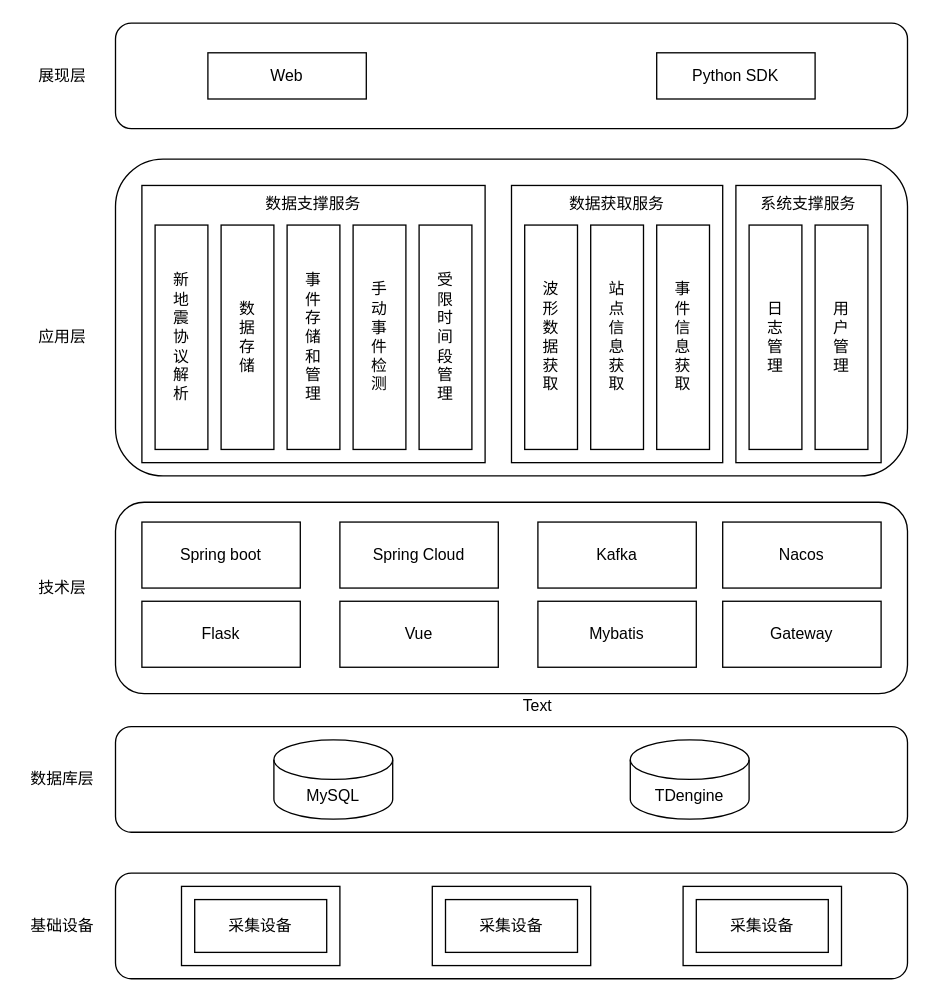
Earlier version of the draw.io diagram 系统架构图.drawio (Diend-7/-). Source tidied: cells renumbered, new cells numbered last; positions are measured from the earlier drawing's top-left corner, leaving out a move shared by most shapes. Both pictures are drawn from the tidied source at 132%, with x=0, y=0 at pixel (22, 22).
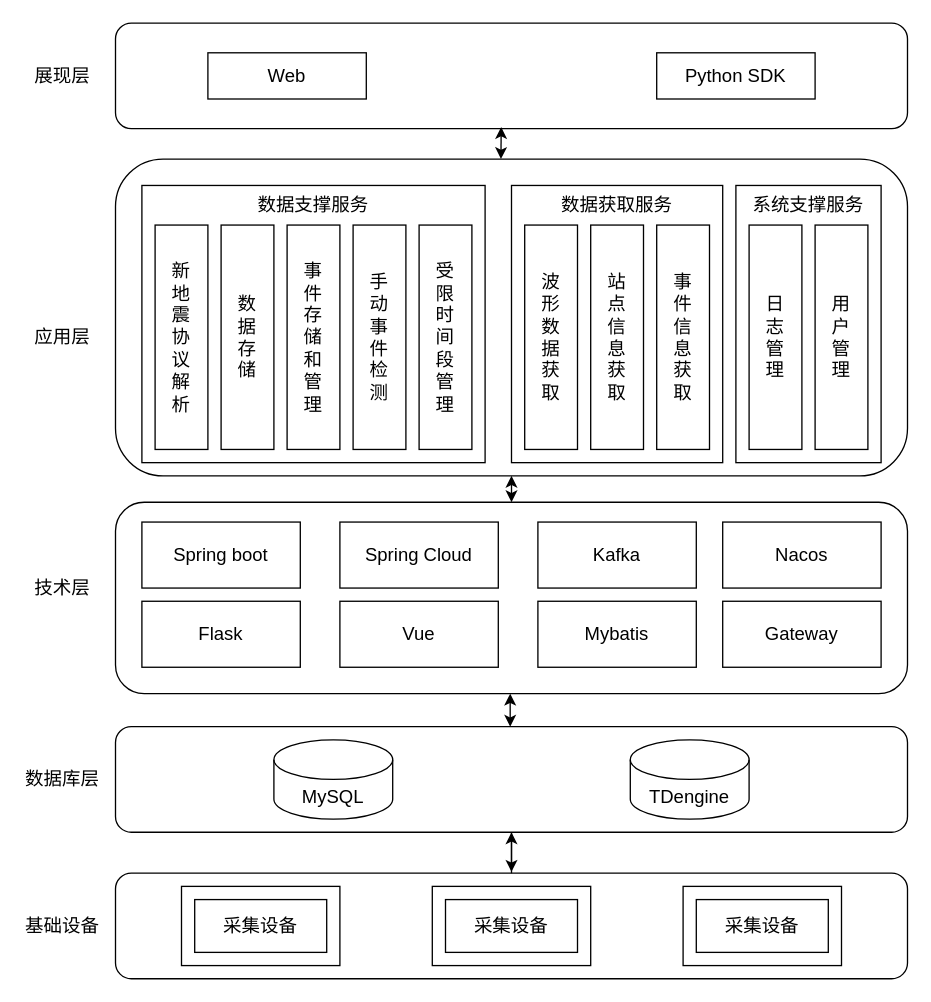
The same page after the edit.

Commit message:
更新系统架构图.drawio

Diff of the diagram source:
```diff
@@
-    <mxCell id="2" style="rounded=1;whiteSpace=wrap;html=1;" parent="1" vertex="1">
+    <mxCell id="2" style="rounded=1;whiteSpace=wrap;html=1;fontSize=14;" parent="1" vertex="1">
       <mxGeometry x="70" width="600" height="80" as="geometry" />
     </mxCell>
-    <mxCell id="3" value="Web" style="rounded=0;whiteSpace=wrap;html=1;" parent="1" vertex="1">
+    <mxCell id="3" value="Web" style="rounded=0;whiteSpace=wrap;html=1;fontSize=14;" parent="1" vertex="1">
       <mxGeometry x="140" y="22.5" width="120" height="35" as="geometry" />
     </mxCell>
-    <mxCell id="4" value="Python SDK" style="rounded=0;whiteSpace=wrap;html=1;" parent="1" vertex="1">
+    <mxCell id="4" value="Python SDK" style="rounded=0;whiteSpace=wrap;html=1;fontSize=14;" parent="1" vertex="1">
       <mxGeometry x="480" y="22.5" width="120" height="35" as="geometry" />
     </mxCell>
-    <mxCell id="5" style="rounded=1;whiteSpace=wrap;html=1;" parent="1" vertex="1">
+    <mxCell id="5" style="rounded=1;whiteSpace=wrap;html=1;fontSize=14;" parent="1" vertex="1">
       <mxGeometry x="70" y="103" width="600" height="240" as="geometry" />
     </mxCell>
-    <mxCell id="6" value="数据支撑服务" style="rounded=0;whiteSpace=wrap;html=1;verticalAlign=top;" parent="1" vertex="1">
+    <mxCell id="6" value="数据支撑服务" style="rounded=0;whiteSpace=wrap;html=1;verticalAlign=top;fontSize=14;" parent="1" vertex="1">
       <mxGeometry x="90" y="123" width="260" height="210" as="geometry" />
     </mxCell>
-    <mxCell id="7" value="新&lt;br&gt;地&lt;br&gt;震&lt;br&gt;协&lt;br&gt;议&lt;br&gt;解&lt;br&gt;析" style="rounded=0;whiteSpace=wrap;html=1;" parent="1" vertex="1">
+    <mxCell id="7" value="新&lt;br style=&quot;font-size: 14px;&quot;&gt;地&lt;br style=&quot;font-size: 14px;&quot;&gt;震&lt;br style=&quot;font-size: 14px;&quot;&gt;协&lt;br style=&quot;font-size: 14px;&quot;&gt;议&lt;br style=&quot;font-size: 14px;&quot;&gt;解&lt;br style=&quot;font-size: 14px;&quot;&gt;析" style="rounded=0;whiteSpace=wrap;html=1;fontSize=14;" parent="1" vertex="1">
       <mxGeometry x="100" y="153" width="40" height="170" as="geometry" />
     </mxCell>
-    <mxCell id="8" value="数&lt;br&gt;据&lt;br&gt;存&lt;br&gt;储" style="rounded=0;whiteSpace=wrap;html=1;" parent="1" vertex="1">
+    <mxCell id="8" value="数&lt;br style=&quot;font-size: 14px;&quot;&gt;据&lt;br style=&quot;font-size: 14px;&quot;&gt;存&lt;br style=&quot;font-size: 14px;&quot;&gt;储" style="rounded=0;whiteSpace=wrap;html=1;fontSize=14;" parent="1" vertex="1">
       <mxGeometry x="150" y="153" width="40" height="170" as="geometry" />
     </mxCell>
-    <mxCell id="9" value="事&lt;br&gt;件&lt;br&gt;存&lt;br&gt;储&lt;br&gt;和&lt;br&gt;管&lt;br&gt;理" style="rounded=0;whiteSpace=wrap;html=1;" parent="1" vertex="1">
+    <mxCell id="9" value="事&lt;br style=&quot;font-size: 14px;&quot;&gt;件&lt;br style=&quot;font-size: 14px;&quot;&gt;存&lt;br style=&quot;font-size: 14px;&quot;&gt;储&lt;br style=&quot;font-size: 14px;&quot;&gt;和&lt;br style=&quot;font-size: 14px;&quot;&gt;管&lt;br style=&quot;font-size: 14px;&quot;&gt;理" style="rounded=0;whiteSpace=wrap;html=1;fontSize=14;" parent="1" vertex="1">
       <mxGeometry x="200" y="153" width="40" height="170" as="geometry" />
     </mxCell>
-    <mxCell id="10" value="手&lt;br&gt;动&lt;br&gt;事&lt;br&gt;件&lt;br&gt;检&lt;br&gt;测" style="rounded=0;whiteSpace=wrap;html=1;" parent="1" vertex="1">
+    <mxCell id="10" value="手&lt;br style=&quot;font-size: 14px;&quot;&gt;动&lt;br style=&quot;font-size: 14px;&quot;&gt;事&lt;br style=&quot;font-size: 14px;&quot;&gt;件&lt;br style=&quot;font-size: 14px;&quot;&gt;检&lt;br style=&quot;font-size: 14px;&quot;&gt;测" style="rounded=0;whiteSpace=wrap;html=1;fontSize=14;" parent="1" vertex="1">
       <mxGeometry x="250" y="153" width="40" height="170" as="geometry" />
     </mxCell>
-    <mxCell id="11" value="受&lt;br&gt;限&lt;br&gt;时&lt;br&gt;间&lt;br&gt;段&lt;br&gt;管&lt;br&gt;理" style="rounded=0;whiteSpace=wrap;html=1;" parent="1" vertex="1">
+    <mxCell id="11" value="受&lt;br style=&quot;font-size: 14px;&quot;&gt;限&lt;br style=&quot;font-size: 14px;&quot;&gt;时&lt;br style=&quot;font-size: 14px;&quot;&gt;间&lt;br style=&quot;font-size: 14px;&quot;&gt;段&lt;br style=&quot;font-size: 14px;&quot;&gt;管&lt;br style=&quot;font-size: 14px;&quot;&gt;理" style="rounded=0;whiteSpace=wrap;html=1;fontSize=14;" parent="1" vertex="1">
       <mxGeometry x="300" y="153" width="40" height="170" as="geometry" />
     </mxCell>
-    <mxCell id="12" value="数据获取服务" style="rounded=0;whiteSpace=wrap;html=1;verticalAlign=top;" parent="1" vertex="1">
+    <mxCell id="12" value="数据获取服务" style="rounded=0;whiteSpace=wrap;html=1;verticalAlign=top;fontSize=14;" parent="1" vertex="1">
       <mxGeometry x="370" y="123" width="160" height="210" as="geometry" />
     </mxCell>
-    <mxCell id="13" value="波&lt;br&gt;形&lt;br&gt;数&lt;br&gt;据&lt;br&gt;获&lt;br&gt;取" style="rounded=0;whiteSpace=wrap;html=1;" parent="1" vertex="1">
+    <mxCell id="13" value="波&lt;br style=&quot;font-size: 14px;&quot;&gt;形&lt;br style=&quot;font-size: 14px;&quot;&gt;数&lt;br style=&quot;font-size: 14px;&quot;&gt;据&lt;br style=&quot;font-size: 14px;&quot;&gt;获&lt;br style=&quot;font-size: 14px;&quot;&gt;取" style="rounded=0;whiteSpace=wrap;html=1;fontSize=14;" parent="1" vertex="1">
       <mxGeometry x="380" y="153" width="40" height="170" as="geometry" />
     </mxCell>
-    <mxCell id="14" value="站&lt;br&gt;点&lt;br&gt;信&lt;br&gt;息&lt;br&gt;获&lt;br&gt;取" style="rounded=0;whiteSpace=wrap;html=1;" parent="1" vertex="1">
+    <mxCell id="14" value="站&lt;br style=&quot;font-size: 14px;&quot;&gt;点&lt;br style=&quot;font-size: 14px;&quot;&gt;信&lt;br style=&quot;font-size: 14px;&quot;&gt;息&lt;br style=&quot;font-size: 14px;&quot;&gt;获&lt;br style=&quot;font-size: 14px;&quot;&gt;取" style="rounded=0;whiteSpace=wrap;html=1;fontSize=14;" parent="1" vertex="1">
       <mxGeometry x="430" y="153" width="40" height="170" as="geometry" />
     </mxCell>
-    <mxCell id="15" value="事&lt;br&gt;件&lt;br&gt;信&lt;br&gt;息&lt;br&gt;获&lt;br&gt;取" style="rounded=0;whiteSpace=wrap;html=1;" parent="1" vertex="1">
+    <mxCell id="15" value="事&lt;br style=&quot;font-size: 14px;&quot;&gt;件&lt;br style=&quot;font-size: 14px;&quot;&gt;信&lt;br style=&quot;font-size: 14px;&quot;&gt;息&lt;br style=&quot;font-size: 14px;&quot;&gt;获&lt;br style=&quot;font-size: 14px;&quot;&gt;取" style="rounded=0;whiteSpace=wrap;html=1;fontSize=14;" parent="1" vertex="1">
       <mxGeometry x="480" y="153" width="40" height="170" as="geometry" />
     </mxCell>
-    <mxCell id="16" value="系统支撑服务" style="rounded=0;whiteSpace=wrap;html=1;verticalAlign=top;" parent="1" vertex="1">
+    <mxCell id="16" value="系统支撑服务" style="rounded=0;whiteSpace=wrap;html=1;verticalAlign=top;fontSize=14;" parent="1" vertex="1">
       <mxGeometry x="540" y="123" width="110" height="210" as="geometry" />
     </mxCell>
-    <mxCell id="17" value="日&lt;br&gt;志&lt;br&gt;管&lt;br&gt;理" style="rounded=0;whiteSpace=wrap;html=1;" parent="1" vertex="1">
+    <mxCell id="17" value="日&lt;br style=&quot;font-size: 14px;&quot;&gt;志&lt;br style=&quot;font-size: 14px;&quot;&gt;管&lt;br style=&quot;font-size: 14px;&quot;&gt;理" style="rounded=0;whiteSpace=wrap;html=1;fontSize=14;" parent="1" vertex="1">
       <mxGeometry x="550" y="153" width="40" height="170" as="geometry" />
     </mxCell>
-    <mxCell id="18" value="用&lt;br&gt;户&lt;br&gt;管&lt;br&gt;理" style="rounded=0;whiteSpace=wrap;html=1;" parent="1" vertex="1">
+    <mxCell id="18" value="用&lt;br style=&quot;font-size: 14px;&quot;&gt;户&lt;br style=&quot;font-size: 14px;&quot;&gt;管&lt;br style=&quot;font-size: 14px;&quot;&gt;理" style="rounded=0;whiteSpace=wrap;html=1;fontSize=14;" parent="1" vertex="1">
       <mxGeometry x="600" y="153" width="40" height="170" as="geometry" />
     </mxCell>
-    <mxCell id="19" style="rounded=1;whiteSpace=wrap;html=1;" parent="1" vertex="1">
+    <mxCell id="19" style="rounded=1;whiteSpace=wrap;html=1;fontSize=14;" parent="1" vertex="1">
       <mxGeometry x="70" y="363" width="600" height="145" as="geometry" />
     </mxCell>
-    <mxCell id="20" value="Spring boot" style="rounded=0;whiteSpace=wrap;html=1;" parent="1" vertex="1">
+    <mxCell id="20" value="Spring boot" style="rounded=0;whiteSpace=wrap;html=1;fontSize=14;" parent="1" vertex="1">
       <mxGeometry x="90" y="378" width="120" height="50" as="geometry" />
     </mxCell>
-    <mxCell id="21" value="Spring Cloud" style="rounded=0;whiteSpace=wrap;html=1;" parent="1" vertex="1">
+    <mxCell id="21" value="Spring Cloud" style="rounded=0;whiteSpace=wrap;html=1;fontSize=14;" parent="1" vertex="1">
       <mxGeometry x="240" y="378" width="120" height="50" as="geometry" />
     </mxCell>
-    <mxCell id="22" value="Kafka" style="rounded=0;whiteSpace=wrap;html=1;" parent="1" vertex="1">
+    <mxCell id="22" value="Kafka" style="rounded=0;whiteSpace=wrap;html=1;fontSize=14;" parent="1" vertex="1">
       <mxGeometry x="390" y="378" width="120" height="50" as="geometry" />
     </mxCell>
-    <mxCell id="23" value="Nacos" style="rounded=0;whiteSpace=wrap;html=1;" parent="1" vertex="1">
+    <mxCell id="23" value="Nacos" style="rounded=0;whiteSpace=wrap;html=1;fontSize=14;" parent="1" vertex="1">
       <mxGeometry x="530" y="378" width="120" height="50" as="geometry" />
     </mxCell>
-    <mxCell id="24" value="Flask" style="rounded=0;whiteSpace=wrap;html=1;" parent="1" vertex="1">
+    <mxCell id="24" value="Flask" style="rounded=0;whiteSpace=wrap;html=1;fontSize=14;" parent="1" vertex="1">
       <mxGeometry x="90" y="438" width="120" height="50" as="geometry" />
     </mxCell>
-    <mxCell id="25" value="Vue" style="rounded=0;whiteSpace=wrap;html=1;" parent="1" vertex="1">
+    <mxCell id="25" value="Vue" style="rounded=0;whiteSpace=wrap;html=1;fontSize=14;" parent="1" vertex="1">
       <mxGeometry x="240" y="438" width="120" height="50" as="geometry" />
     </mxCell>
-    <mxCell id="26" value="Mybatis" style="rounded=0;whiteSpace=wrap;html=1;" parent="1" vertex="1">
+    <mxCell id="26" value="Mybatis" style="rounded=0;whiteSpace=wrap;html=1;fontSize=14;" parent="1" vertex="1">
       <mxGeometry x="390" y="438" width="120" height="50" as="geometry" />
     </mxCell>
-    <mxCell id="27" value="Gateway" style="rounded=0;whiteSpace=wrap;html=1;" parent="1" vertex="1">
+    <mxCell id="27" value="Gateway" style="rounded=0;whiteSpace=wrap;html=1;fontSize=14;" parent="1" vertex="1">
       <mxGeometry x="530" y="438" width="120" height="50" as="geometry" />
     </mxCell>
+    <mxCell id="44" style="edgeStyle=orthogonalEdgeStyle;rounded=0;jettySize=auto;html=1;fontSize=14;" parent="1" edge="1" source="28" target="35">
+      <mxGeometry relative="1" as="geometry" />
+    </mxCell>
-    <mxCell id="28" style="rounded=1;whiteSpace=wrap;html=1;" parent="1" vertex="1">
+    <mxCell id="28" style="rounded=1;whiteSpace=wrap;html=1;fontSize=14;" parent="1" vertex="1">
       <mxGeometry x="70" y="533" width="600" height="80" as="geometry" />
     </mxCell>
-    <mxCell id="29" value="MySQL" style="shape=cylinder3;whiteSpace=wrap;html=1;boundedLbl=1;backgroundOutline=1;size=15;" parent="1" vertex="1">
+    <mxCell id="29" value="MySQL" style="shape=cylinder3;whiteSpace=wrap;html=1;boundedLbl=1;backgroundOutline=1;size=15;fontSize=14;" parent="1" vertex="1">
       <mxGeometry x="190" y="543" width="90" height="60" as="geometry" />
     </mxCell>
-    <mxCell id="30" value="TDengine" style="shape=cylinder3;whiteSpace=wrap;html=1;boundedLbl=1;backgroundOutline=1;size=15;" parent="1" vertex="1">
+    <mxCell id="30" value="TDengine" style="shape=cylinder3;whiteSpace=wrap;html=1;boundedLbl=1;backgroundOutline=1;size=15;fontSize=14;" parent="1" vertex="1">
       <mxGeometry x="460" y="543" width="90" height="60" as="geometry" />
     </mxCell>
-    <mxCell id="31" style="rounded=1;whiteSpace=wrap;html=1;" parent="1" vertex="1">
+    <mxCell id="31" style="rounded=1;whiteSpace=wrap;html=1;fontSize=14;" parent="1" vertex="1">
       <mxGeometry x="70" y="644" width="600" height="80" as="geometry" />
     </mxCell>
-    <mxCell id="32" style="rounded=0;whiteSpace=wrap;html=1;" parent="1" vertex="1">
+    <mxCell id="32" style="rounded=0;whiteSpace=wrap;html=1;fontSize=14;" parent="1" vertex="1">
       <mxGeometry x="120" y="654" width="120" height="60" as="geometry" />
     </mxCell>
-    <mxCell id="33" value="采集设备" style="rounded=0;whiteSpace=wrap;html=1;" parent="1" vertex="1">
+    <mxCell id="33" value="采集设备" style="rounded=0;whiteSpace=wrap;html=1;fontSize=14;" parent="1" vertex="1">
       <mxGeometry x="130" y="664" width="100" height="40" as="geometry" />
     </mxCell>
-    <mxCell id="34" style="rounded=0;whiteSpace=wrap;html=1;" parent="1" vertex="1">
+    <mxCell id="34" style="rounded=0;whiteSpace=wrap;html=1;fontSize=14;" parent="1" vertex="1">
       <mxGeometry x="310" y="654" width="120" height="60" as="geometry" />
     </mxCell>
-    <mxCell id="35" value="采集设备" style="rounded=0;whiteSpace=wrap;html=1;" parent="1" vertex="1">
+    <mxCell id="35" value="采集设备" style="rounded=0;whiteSpace=wrap;html=1;fontSize=14;" parent="1" vertex="1">
       <mxGeometry x="320" y="664" width="100" height="40" as="geometry" />
     </mxCell>
-    <mxCell id="36" style="rounded=0;whiteSpace=wrap;html=1;" parent="1" vertex="1">
+    <mxCell id="36" style="rounded=0;whiteSpace=wrap;html=1;fontSize=14;" parent="1" vertex="1">
       <mxGeometry x="500" y="654" width="120" height="60" as="geometry" />
     </mxCell>
-    <mxCell id="37" value="采集设备" style="rounded=0;whiteSpace=wrap;html=1;" parent="1" vertex="1">
+    <mxCell id="37" value="采集设备" style="rounded=0;whiteSpace=wrap;html=1;fontSize=14;" parent="1" vertex="1">
       <mxGeometry x="510" y="664" width="100" height="40" as="geometry" />
     </mxCell>
-    <mxCell id="38" value="Text" style="text;html=1;strokeColor=none;fillColor=none;align=center;verticalAlign=middle;whiteSpace=wrap;rounded=0;" parent="1" vertex="1">
-      <mxGeometry x="360" y="503" width="60" height="30" as="geometry" />
-    </mxCell>
-    <mxCell id="39" value="展现层" style="text;html=1;strokeColor=none;fillColor=none;align=center;verticalAlign=middle;whiteSpace=wrap;rounded=0;" parent="1" vertex="1">
+    <mxCell id="39" value="展现层" style="text;html=1;strokeColor=none;fillColor=none;align=center;verticalAlign=middle;whiteSpace=wrap;rounded=0;fontSize=14;" parent="1" vertex="1">
       <mxGeometry y="25" width="60" height="30" as="geometry" />
     </mxCell>
-    <mxCell id="40" value="应用层" style="text;html=1;strokeColor=none;fillColor=none;align=center;verticalAlign=middle;whiteSpace=wrap;rounded=0;" parent="1" vertex="1">
+    <mxCell id="40" value="应用层" style="text;html=1;strokeColor=none;fillColor=none;align=center;verticalAlign=middle;whiteSpace=wrap;rounded=0;fontSize=14;" parent="1" vertex="1">
       <mxGeometry y="223" width="60" height="30" as="geometry" />
     </mxCell>
-    <mxCell id="41" value="技术层" style="text;html=1;strokeColor=none;fillColor=none;align=center;verticalAlign=middle;whiteSpace=wrap;rounded=0;" parent="1" vertex="1">
+    <mxCell id="41" value="技术层" style="text;html=1;strokeColor=none;fillColor=none;align=center;verticalAlign=middle;whiteSpace=wrap;rounded=0;fontSize=14;" parent="1" vertex="1">
       <mxGeometry y="413" width="60" height="30" as="geometry" />
     </mxCell>
-    <mxCell id="42" value="数据库层" style="text;html=1;strokeColor=none;fillColor=none;align=center;verticalAlign=middle;whiteSpace=wrap;rounded=0;" parent="1" vertex="1">
+    <mxCell id="42" value="数据库层" style="text;html=1;strokeColor=none;fillColor=none;align=center;verticalAlign=middle;whiteSpace=wrap;rounded=0;fontSize=14;" parent="1" vertex="1">
       <mxGeometry y="558" width="60" height="30" as="geometry" />
     </mxCell>
-    <mxCell id="43" value="基础设备" style="text;html=1;strokeColor=none;fillColor=none;align=center;verticalAlign=middle;whiteSpace=wrap;rounded=0;" parent="1" vertex="1">
+    <mxCell id="43" value="基础设备" style="text;html=1;strokeColor=none;fillColor=none;align=center;verticalAlign=middle;whiteSpace=wrap;rounded=0;fontSize=14;" parent="1" vertex="1">
       <mxGeometry y="669" width="60" height="30" as="geometry" />
     </mxCell>
+    <mxCell id="45" style="endArrow=classic;startArrow=classic;html=1;rounded=0;entryX=0.5;entryY=1;entryDx=0;entryDy=0;fontSize=14;" parent="1" edge="1" target="28">
+      <mxGeometry relative="1" as="geometry">
+        <mxPoint x="370" y="643" as="sourcePoint" />
+      </mxGeometry>
+    </mxCell>
+    <mxCell id="46" style="endArrow=classic;startArrow=classic;html=1;rounded=0;entryX=0.5;entryY=1;entryDx=0;entryDy=0;fontSize=14;" parent="1" edge="1">
+      <mxGeometry relative="1" as="geometry">
+        <mxPoint x="369" y="533" as="sourcePoint" />
+        <mxPoint x="369" y="508" as="targetPoint" />
+      </mxGeometry>
+    </mxCell>
+    <mxCell id="47" style="endArrow=classic;startArrow=classic;html=1;rounded=0;entryX=0.5;entryY=1;entryDx=0;entryDy=0;fontSize=14;" parent="1" edge="1" target="5">
+      <mxGeometry relative="1" as="geometry">
+        <mxPoint x="370" y="363" as="sourcePoint" />
+      </mxGeometry>
+    </mxCell>
+    <mxCell id="48" style="endArrow=classic;startArrow=classic;html=1;rounded=0;entryX=0.487;entryY=0.985;entryDx=0;entryDy=0;entryPerimeter=0;fontSize=14;" parent="1" edge="1" target="2">
+      <mxGeometry relative="1" as="geometry">
+        <mxPoint x="362" y="103" as="sourcePoint" />
+      </mxGeometry>
+    </mxCell>
```
